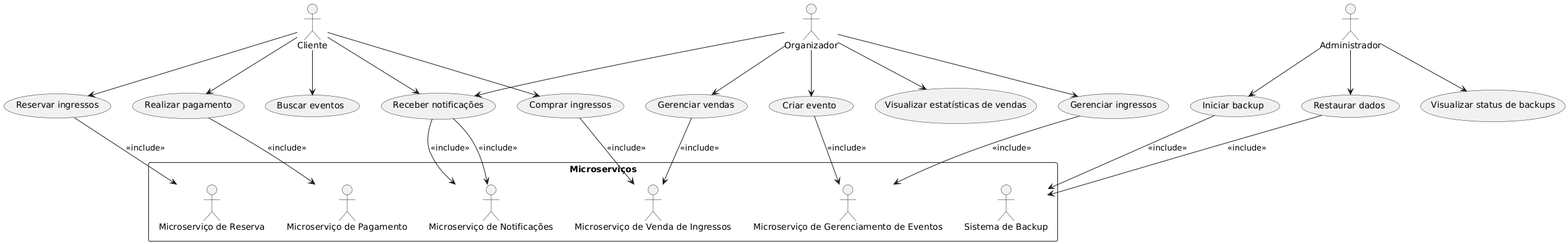
Before: docs/use_cases/general_use_case_diagram.png, a diagram exported from PlantUML (Sistemas-Distribuidos-UFG-2024-2/TicketSafe).
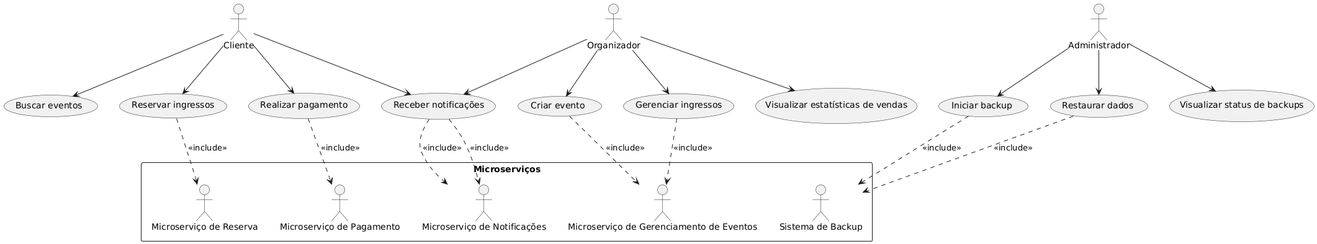
The same diagram one commit later.

Diff of the diagram source:
```diff
@@ -9,32 +9,27 @@
     actor "Microserviço de Gerenciamento de Eventos" as EventManagementMicroservice
     actor "Microserviço de Notificações" as NotificationMicroservice
     actor "Sistema de Backup" as BackupSystem
-    actor "Microserviço de Venda de Ingressos" as TicketSalesMicroservice
 }
 
 Client --> (Buscar eventos)
 Client --> (Reservar ingressos)
-(Reservar ingressos) --> ReservationMicroservice : <<include>>
+(Reservar ingressos) ..> ReservationMicroservice : <<include>>
 Client --> (Realizar pagamento)
-(Realizar pagamento) --> PaymentMicroservice : <<include>>
+(Realizar pagamento) ..> PaymentMicroservice : <<include>>
 Client --> (Receber notificações)
-(Receber notificações) --> NotificationMicroservice : <<include>>
-Client --> (Comprar ingressos)
-(Comprar ingressos) --> TicketSalesMicroservice : <<include>>
+(Receber notificações) ..> NotificationMicroservice : <<include>>
 
 Organizer --> (Criar evento)
-(Criar evento) --> EventManagementMicroservice : <<include>>
+(Criar evento) ..> EventManagementMicroservice : <<include>>
 Organizer --> (Gerenciar ingressos)
-(Gerenciar ingressos) --> EventManagementMicroservice : <<include>>
+(Gerenciar ingressos) ..> EventManagementMicroservice : <<include>>
 Organizer --> (Visualizar estatísticas de vendas)
 Organizer --> (Receber notificações)
-(Receber notificações) --> NotificationMicroservice : <<include>>
-Organizer --> (Gerenciar vendas)
-(Gerenciar vendas) --> TicketSalesMicroservice : <<include>>
+(Receber notificações) ..> NotificationMicroservice : <<include>>
 
 Admin --> (Iniciar backup)
-(Iniciar backup) --> BackupSystem : <<include>>
+(Iniciar backup) ..> BackupSystem : <<include>>
 Admin --> (Restaurar dados)
-(Restaurar dados) --> BackupSystem : <<include>>
+(Restaurar dados) ..> BackupSystem : <<include>>
 Admin --> (Visualizar status de backups)
 @enduml
```
